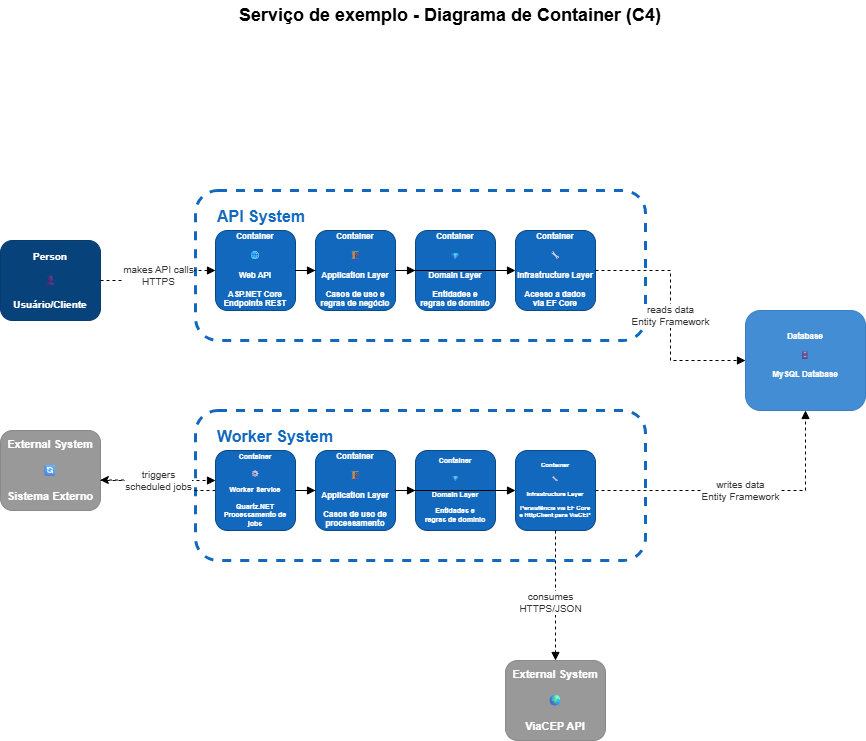
Before: docs/C4-Container.png, a diagram exported from draw.io (LuigiFaganello/ModelProjectNet). Source tidied: cells renumbered, new cells last; positions are measured from the earlier drawing's top-left corner, leaving out a move shared by most shapes. Its diagram source:
```xml
<mxGraphModel>
  <root>
    <mxCell id="0" />
    <mxCell id="1" parent="0" />
    <mxCell id="2" value="Serviço de exemplo&amp;nbsp;- Diagrama de Container (C4)" style="text;html=1;strokeColor=none;fillColor=none;align=center;verticalAlign=middle;whiteSpace=wrap;rounded=0;fontSize=18;fontStyle=1;" parent="1" vertex="1">
      <mxGeometry x="225" width="450" height="30" as="geometry" />
    </mxCell>
    <mxCell id="3" value="Person&#10;&#10;👤&#10;&#10;Usuário/Cliente" style="rounded=1;whiteSpace=wrap;html=1;fillColor=#08427b;strokeColor=#073B6F;fontColor=white;fontSize=10;fontStyle=1;" parent="1" vertex="1">
      <mxGeometry y="240" width="100" height="80" as="geometry" />
    </mxCell>
    <mxCell id="4" value="External System&#10;&#10;🔄&#10;&#10;Sistema Externo" style="rounded=1;whiteSpace=wrap;html=1;fillColor=#999999;strokeColor=#8A8A8A;fontColor=white;fontSize=11;fontStyle=1;" parent="1" vertex="1">
      <mxGeometry y="430" width="100" height="80" as="geometry" />
    </mxCell>
    <mxCell id="5" value="External System&#10;&#10;🌍&#10;&#10;ViaCEP API" style="rounded=1;whiteSpace=wrap;html=1;fillColor=#999999;strokeColor=#8A8A8A;fontColor=white;fontSize=11;fontStyle=1;" parent="1" vertex="1">
      <mxGeometry x="505" y="660" width="100" height="80" as="geometry" />
    </mxCell>
    <mxCell id="6" style="rounded=1;whiteSpace=wrap;html=1;fillColor=none;strokeColor=#1168bd;strokeWidth=3;dashed=1;" parent="1" vertex="1">
      <mxGeometry x="195" y="190" width="450" height="150" as="geometry" />
    </mxCell>
    <mxCell id="7" value="API System" style="text;html=1;strokeColor=none;fillColor=none;align=left;verticalAlign=top;whiteSpace=wrap;rounded=0;fontSize=16;fontStyle=1;fontColor=#1168bd;" parent="1" vertex="1">
      <mxGeometry x="215" y="200" width="100" height="20" as="geometry" />
    </mxCell>
    <mxCell id="8" value="Container&#10;&#10;🌐&#10;&#10;Web API&#10;&#10;ASP.NET Core&#10;Endpoints REST" style="rounded=1;whiteSpace=wrap;html=1;fillColor=#1168bd;strokeColor=#0b4884;fontColor=white;fontSize=8;fontStyle=1;" parent="1" vertex="1">
      <mxGeometry x="215" y="230" width="80" height="80" as="geometry" />
    </mxCell>
    <mxCell id="9" value="Container&#10;&#10;🏗️&#10;&#10;Application Layer&#10;&#10;Casos de uso e&#10;regras de negócio" style="rounded=1;whiteSpace=wrap;html=1;fillColor=#1168bd;strokeColor=#0b4884;fontColor=white;fontSize=8;fontStyle=1;" parent="1" vertex="1">
      <mxGeometry x="315" y="230" width="80" height="80" as="geometry" />
    </mxCell>
    <mxCell id="10" value="Container&#10;&#10;💎&#10;&#10;Domain Layer&#10;&#10;Entidades e&#10;regras de domínio" style="rounded=1;whiteSpace=wrap;html=1;fillColor=#1168bd;strokeColor=#0b4884;fontColor=white;fontSize=8;fontStyle=1;" parent="1" vertex="1">
      <mxGeometry x="415" y="230" width="80" height="80" as="geometry" />
    </mxCell>
    <mxCell id="11" value="Container&#10;&#10;🔧&#10;&#10;Infrastructure Layer&#10;&#10;Acesso a dados&#10;via EF Core" style="rounded=1;whiteSpace=wrap;html=1;fillColor=#1168bd;strokeColor=#0b4884;fontColor=white;fontSize=8;fontStyle=1;" parent="1" vertex="1">
      <mxGeometry x="515" y="230" width="80" height="80" as="geometry" />
    </mxCell>
    <mxCell id="12" style="rounded=1;whiteSpace=wrap;html=1;fillColor=none;strokeColor=#1168bd;strokeWidth=3;dashed=1;" parent="1" vertex="1">
      <mxGeometry x="195" y="410" width="450" height="150" as="geometry" />
    </mxCell>
    <mxCell id="13" value="Worker System" style="text;html=1;strokeColor=none;fillColor=none;align=left;verticalAlign=top;whiteSpace=wrap;rounded=0;fontSize=16;fontStyle=1;fontColor=#1168bd;" parent="1" vertex="1">
      <mxGeometry x="215" y="420" width="120" height="20" as="geometry" />
    </mxCell>
    <mxCell id="14" style="edgeStyle=orthogonalEdgeStyle;rounded=0;jettySize=auto;html=1;entryX=0.998;entryY=0.619;entryDx=0;entryDy=0;entryPerimeter=0;flowAnimation=1;dashed=1;" parent="1" edge="1" source="15" target="4">
      <mxGeometry relative="1" as="geometry" />
    </mxCell>
    <mxCell id="15" value="Container&#10;&#10;⚙️&#10;&#10;Worker Service&#10;&#10;Quartz.NET&#10;Processamento de jobs" style="rounded=1;whiteSpace=wrap;html=1;fillColor=#1168bd;strokeColor=#0b4884;fontColor=white;fontSize=7;fontStyle=1;" parent="1" vertex="1">
      <mxGeometry x="215" y="450" width="80" height="80" as="geometry" />
    </mxCell>
    <mxCell id="16" value="Container&#10;&#10;🏗️&#10;&#10;Application Layer&#10;&#10;Casos de uso de&#10;processamento" style="rounded=1;whiteSpace=wrap;html=1;fillColor=#1168bd;strokeColor=#0b4884;fontColor=white;fontSize=8;fontStyle=1;" parent="1" vertex="1">
      <mxGeometry x="315" y="450" width="80" height="80" as="geometry" />
    </mxCell>
    <mxCell id="17" value="Container&#10;&#10;💎&#10;&#10;Domain Layer&#10;&#10;Entidades e&#10;regras de domínio" style="rounded=1;whiteSpace=wrap;html=1;fillColor=#1168bd;strokeColor=#0b4884;fontColor=white;fontSize=7;fontStyle=1;" parent="1" vertex="1">
      <mxGeometry x="415" y="450" width="80" height="80" as="geometry" />
    </mxCell>
    <mxCell id="18" value="Container&#10;&#10;🔧&#10;&#10;Infrastructure Layer&#10;&#10;Persistência via EF Core&#10;e HttpClient para ViaCEP" style="rounded=1;whiteSpace=wrap;html=1;fillColor=#1168bd;strokeColor=#0b4884;fontColor=white;fontSize=6;fontStyle=1;" parent="1" vertex="1">
      <mxGeometry x="515" y="450" width="80" height="80" as="geometry" />
    </mxCell>
    <mxCell id="19" value="Database&lt;br&gt;&lt;br&gt;🗄️&lt;br&gt;&lt;br&gt;MySQL Database&lt;div&gt;&lt;br/&gt;&lt;/div&gt;" style="rounded=1;whiteSpace=wrap;html=1;fillColor=#438dd5;strokeColor=#3C7FC0;fontColor=white;fontSize=8;fontStyle=1;" parent="1" vertex="1">
      <mxGeometry x="745" y="310" width="120" height="100" as="geometry" />
    </mxCell>
    <mxCell id="20" value="makes API calls&#10;HTTPS" style="edgeStyle=orthogonalEdgeStyle;rounded=0;jettySize=auto;html=1;dashed=1;fontSize=10;fontColor=#333333;startArrow=none;endArrow=block;endFill=1;flowAnimation=1;" parent="1" edge="1" source="3" target="8">
      <mxGeometry relative="1" as="geometry" />
    </mxCell>
    <mxCell id="21" value="triggers&#10;scheduled jobs" style="edgeStyle=orthogonalEdgeStyle;rounded=0;jettySize=auto;html=1;dashed=1;fontSize=10;fontColor=#333333;startArrow=none;endArrow=block;endFill=1;flowAnimation=1;" parent="1" edge="1" source="4" target="15">
      <mxGeometry relative="1" as="geometry">
        <Array as="points">
          <mxPoint x="190" y="480" />
          <mxPoint x="190" y="480" />
        </Array>
      </mxGeometry>
    </mxCell>
    <mxCell id="22" style="edgeStyle=orthogonalEdgeStyle;rounded=0;jettySize=auto;html=1;fontSize=10;startArrow=none;endArrow=block;endFill=1;" parent="1" edge="1" source="8" target="9">
      <mxGeometry relative="1" as="geometry" />
    </mxCell>
    <mxCell id="23" style="edgeStyle=orthogonalEdgeStyle;rounded=0;jettySize=auto;html=1;fontSize=10;startArrow=none;endArrow=block;endFill=1;" parent="1" edge="1" source="9" target="10">
      <mxGeometry relative="1" as="geometry" />
    </mxCell>
    <mxCell id="24" style="edgeStyle=orthogonalEdgeStyle;rounded=0;jettySize=auto;html=1;fontSize=10;startArrow=none;endArrow=block;endFill=1;" parent="1" edge="1" source="9" target="11">
      <mxGeometry relative="1" as="geometry" />
    </mxCell>
    <mxCell id="25" value="reads data&#10;Entity Framework" style="edgeStyle=orthogonalEdgeStyle;rounded=0;jettySize=auto;html=1;dashed=1;fontSize=10;fontColor=#333333;startArrow=none;endArrow=block;endFill=1;flowAnimation=1;" parent="1" edge="1" source="11" target="19">
      <mxGeometry relative="1" as="geometry" />
    </mxCell>
    <mxCell id="26" style="edgeStyle=orthogonalEdgeStyle;rounded=0;jettySize=auto;html=1;fontSize=10;startArrow=none;endArrow=block;endFill=1;" parent="1" edge="1" source="15" target="16">
      <mxGeometry relative="1" as="geometry" />
    </mxCell>
    <mxCell id="27" style="edgeStyle=orthogonalEdgeStyle;rounded=0;jettySize=auto;html=1;fontSize=10;startArrow=none;endArrow=block;endFill=1;" parent="1" edge="1" source="16" target="17">
      <mxGeometry relative="1" as="geometry" />
    </mxCell>
    <mxCell id="28" style="edgeStyle=orthogonalEdgeStyle;rounded=0;jettySize=auto;html=1;fontSize=10;startArrow=none;endArrow=block;endFill=1;" parent="1" edge="1" source="16" target="18">
      <mxGeometry relative="1" as="geometry" />
    </mxCell>
    <mxCell id="29" value="writes data&#10;Entity Framework" style="edgeStyle=orthogonalEdgeStyle;rounded=0;jettySize=auto;html=1;dashed=1;fontSize=10;fontColor=#333333;startArrow=none;endArrow=block;endFill=1;flowAnimation=1;" parent="1" edge="1" source="18" target="19">
      <mxGeometry relative="1" as="geometry" />
    </mxCell>
    <mxCell id="30" value="consumes&#10;HTTPS/JSON" style="edgeStyle=orthogonalEdgeStyle;rounded=0;jettySize=auto;html=1;dashed=1;fontSize=10;fontColor=#333333;startArrow=none;endArrow=block;endFill=1;flowAnimation=1;" parent="1" edge="1" source="18" target="5">
      <mxGeometry x="0.11" y="-5" relative="1" as="geometry" />
    </mxCell>
  </root>
</mxGraphModel>
```
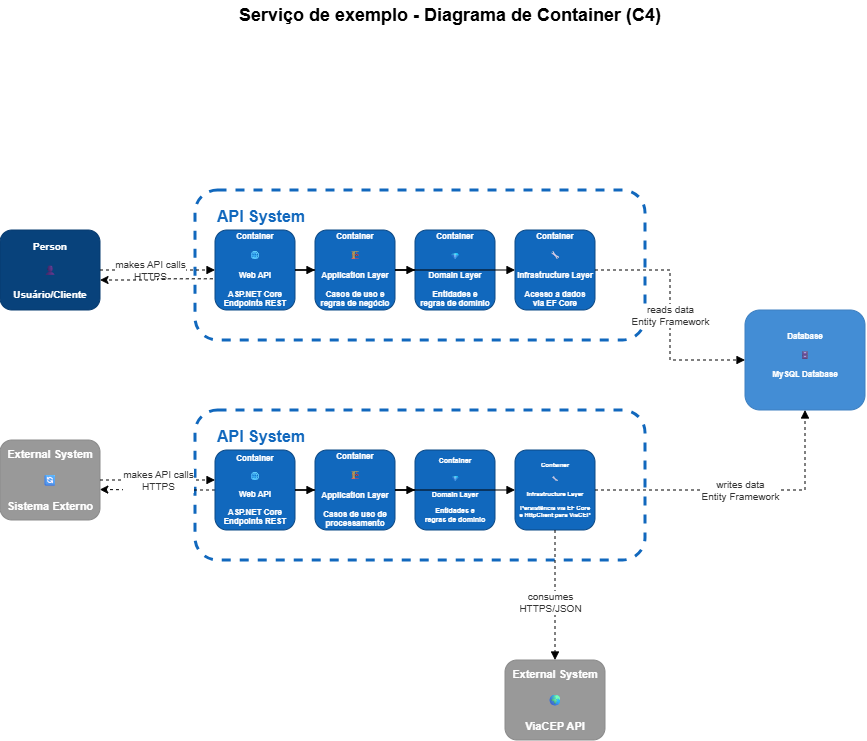
Later version of the same file.

Commit message:
Update architecture diagrams and remove unused Quartz job configuration

What changed in the source:
```diff
@@ -6,10 +6,10 @@
       <mxGeometry x="225" width="450" height="30" as="geometry" />
     </mxCell>
     <mxCell id="3" value="Person&#10;&#10;👤&#10;&#10;Usuário/Cliente" style="rounded=1;whiteSpace=wrap;html=1;fillColor=#08427b;strokeColor=#073B6F;fontColor=white;fontSize=10;fontStyle=1;" parent="1" vertex="1">
-      <mxGeometry y="240" width="100" height="80" as="geometry" />
+      <mxGeometry y="230" width="100" height="80" as="geometry" />
     </mxCell>
     <mxCell id="4" value="External System&#10;&#10;🔄&#10;&#10;Sistema Externo" style="rounded=1;whiteSpace=wrap;html=1;fillColor=#999999;strokeColor=#8A8A8A;fontColor=white;fontSize=11;fontStyle=1;" parent="1" vertex="1">
-      <mxGeometry y="430" width="100" height="80" as="geometry" />
+      <mxGeometry y="440" width="100" height="80" as="geometry" />
     </mxCell>
     <mxCell id="5" value="External System&#10;&#10;🌍&#10;&#10;ViaCEP API" style="rounded=1;whiteSpace=wrap;html=1;fillColor=#999999;strokeColor=#8A8A8A;fontColor=white;fontSize=11;fontStyle=1;" parent="1" vertex="1">
       <mxGeometry x="505" y="660" width="100" height="80" as="geometry" />
@@ -35,13 +35,13 @@
     <mxCell id="12" style="rounded=1;whiteSpace=wrap;html=1;fillColor=none;strokeColor=#1168bd;strokeWidth=3;dashed=1;" parent="1" vertex="1">
       <mxGeometry x="195" y="410" width="450" height="150" as="geometry" />
     </mxCell>
-    <mxCell id="13" value="Worker System" style="text;html=1;strokeColor=none;fillColor=none;align=left;verticalAlign=top;whiteSpace=wrap;rounded=0;fontSize=16;fontStyle=1;fontColor=#1168bd;" parent="1" vertex="1">
+    <mxCell id="13" value="API System" style="text;html=1;strokeColor=none;fillColor=none;align=left;verticalAlign=top;whiteSpace=wrap;rounded=0;fontSize=16;fontStyle=1;fontColor=#1168bd;" parent="1" vertex="1">
       <mxGeometry x="215" y="420" width="120" height="20" as="geometry" />
     </mxCell>
     <mxCell id="14" style="edgeStyle=orthogonalEdgeStyle;rounded=0;jettySize=auto;html=1;entryX=0.998;entryY=0.619;entryDx=0;entryDy=0;entryPerimeter=0;flowAnimation=1;dashed=1;" parent="1" edge="1" source="15" target="4">
       <mxGeometry relative="1" as="geometry" />
     </mxCell>
-    <mxCell id="15" value="Container&#10;&#10;⚙️&#10;&#10;Worker Service&#10;&#10;Quartz.NET&#10;Processamento de jobs" style="rounded=1;whiteSpace=wrap;html=1;fillColor=#1168bd;strokeColor=#0b4884;fontColor=white;fontSize=7;fontStyle=1;" parent="1" vertex="1">
+    <mxCell id="15" value="&lt;span style=&quot;font-size: 8px;&quot;&gt;Container&lt;/span&gt;&lt;br style=&quot;font-size: 8px;&quot;&gt;&lt;br style=&quot;font-size: 8px;&quot;&gt;&lt;span style=&quot;font-size: 8px;&quot;&gt;🌐&lt;/span&gt;&lt;br style=&quot;font-size: 8px;&quot;&gt;&lt;br style=&quot;font-size: 8px;&quot;&gt;&lt;span style=&quot;font-size: 8px;&quot;&gt;Web API&lt;/span&gt;&lt;br style=&quot;font-size: 8px;&quot;&gt;&lt;br style=&quot;font-size: 8px;&quot;&gt;&lt;span style=&quot;font-size: 8px;&quot;&gt;ASP.NET Core&lt;/span&gt;&lt;br style=&quot;font-size: 8px;&quot;&gt;&lt;span style=&quot;font-size: 8px;&quot;&gt;Endpoints REST&lt;/span&gt;" style="rounded=1;whiteSpace=wrap;html=1;fillColor=#1168bd;strokeColor=#0b4884;fontColor=white;fontSize=7;fontStyle=1;" parent="1" vertex="1">
       <mxGeometry x="215" y="450" width="80" height="80" as="geometry" />
     </mxCell>
     <mxCell id="16" value="Container&#10;&#10;🏗️&#10;&#10;Application Layer&#10;&#10;Casos de uso de&#10;processamento" style="rounded=1;whiteSpace=wrap;html=1;fillColor=#1168bd;strokeColor=#0b4884;fontColor=white;fontSize=8;fontStyle=1;" parent="1" vertex="1">
@@ -57,9 +57,9 @@
       <mxGeometry x="745" y="310" width="120" height="100" as="geometry" />
     </mxCell>
     <mxCell id="20" value="makes API calls&#10;HTTPS" style="edgeStyle=orthogonalEdgeStyle;rounded=0;jettySize=auto;html=1;dashed=1;fontSize=10;fontColor=#333333;startArrow=none;endArrow=block;endFill=1;flowAnimation=1;" parent="1" edge="1" source="3" target="8">
-      <mxGeometry relative="1" as="geometry" />
+      <mxGeometry x="-0.13" relative="1" as="geometry" />
     </mxCell>
-    <mxCell id="21" value="triggers&#10;scheduled jobs" style="edgeStyle=orthogonalEdgeStyle;rounded=0;jettySize=auto;html=1;dashed=1;fontSize=10;fontColor=#333333;startArrow=none;endArrow=block;endFill=1;flowAnimation=1;" parent="1" edge="1" source="4" target="15">
+    <mxCell id="21" value="makes API calls&lt;br&gt;HTTPS" style="edgeStyle=orthogonalEdgeStyle;rounded=0;jettySize=auto;html=1;dashed=1;fontSize=10;fontColor=#333333;startArrow=none;endArrow=block;endFill=1;flowAnimation=1;" parent="1" edge="1" source="4" target="15">
       <mxGeometry relative="1" as="geometry">
         <Array as="points">
           <mxPoint x="190" y="480" />
@@ -94,5 +94,8 @@
     <mxCell id="30" value="consumes&#10;HTTPS/JSON" style="edgeStyle=orthogonalEdgeStyle;rounded=0;jettySize=auto;html=1;dashed=1;fontSize=10;fontColor=#333333;startArrow=none;endArrow=block;endFill=1;flowAnimation=1;" parent="1" edge="1" source="18" target="5">
       <mxGeometry x="0.11" y="-5" relative="1" as="geometry" />
     </mxCell>
+    <mxCell id="31" style="edgeStyle=orthogonalEdgeStyle;rounded=0;jettySize=auto;html=1;entryX=1;entryY=0.625;entryDx=0;entryDy=0;entryPerimeter=0;flowAnimation=1;dashed=1;exitX=-0.027;exitY=0.61;exitDx=0;exitDy=0;exitPerimeter=0;" parent="1" edge="1" source="8" target="3">
+      <mxGeometry relative="1" as="geometry" />
+    </mxCell>
   </root>
 </mxGraphModel>
```
